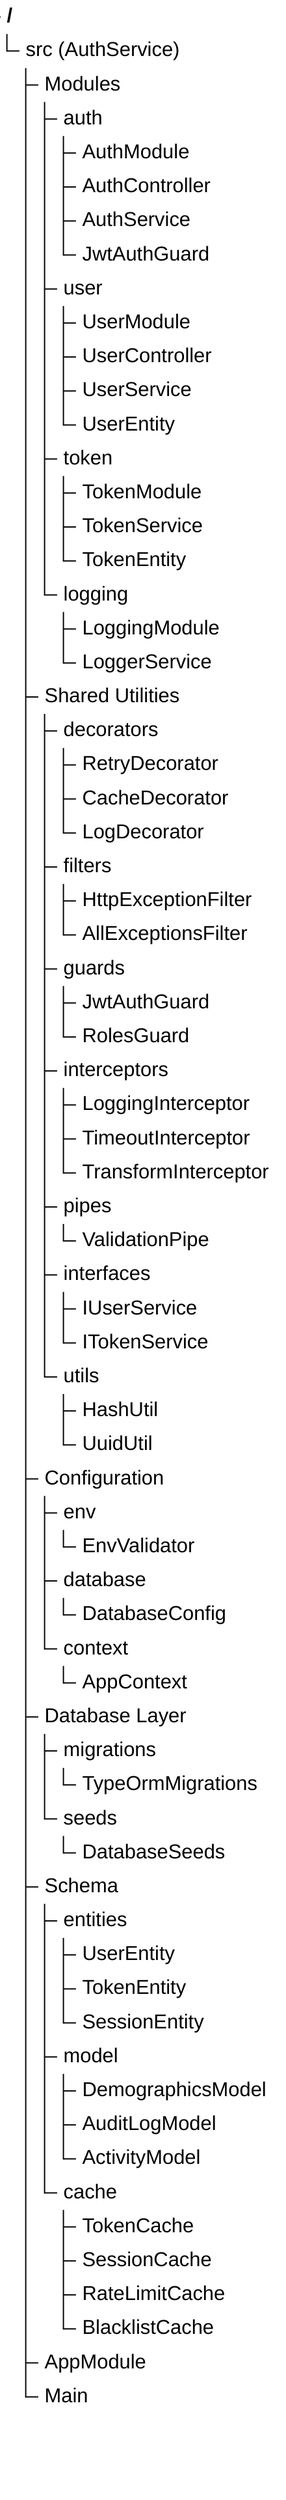
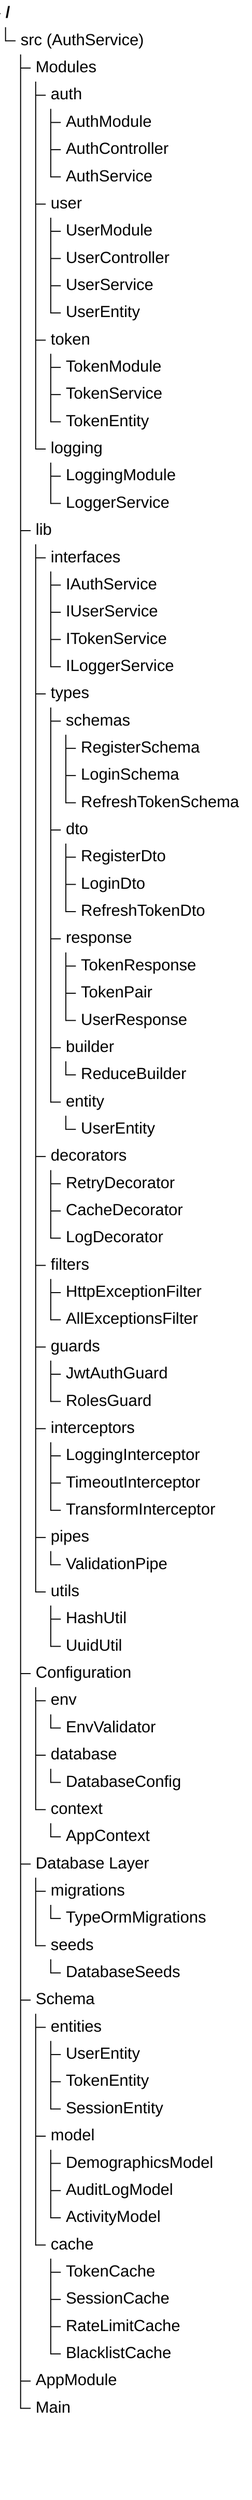
%% TreeView Diagram - Module Structure
%% Maps to: Section 11.4 Folder Structure, Section 11.5 Internal Library Management
- %% Shows hierarchical package organization
+ %% Shows hierarchical package organization with interfaces and types

treeView-beta
    src (AuthService)
        Modules
            auth
                AuthModule
                AuthController
                AuthService
-                 JwtAuthGuard
            user
                UserModule
                UserController
                UserService
                UserEntity
            token
                TokenModule
                TokenService
                TokenEntity
            logging
                LoggingModule
                LoggerService
-         Shared Utilities
+         lib
+             interfaces
+                 IAuthService
+                 IUserService
+                 ITokenService
+                 ILoggerService
+             types
+                 schemas
+                     RegisterSchema
+                     LoginSchema
+                     RefreshTokenSchema
+                 dto
+                     RegisterDto
+                     LoginDto
+                     RefreshTokenDto
+                 response
+                     TokenResponse
+                     TokenPair
+                     UserResponse
+                 builder
+                     ReduceBuilder
+                 entity
+                     UserEntity
            decorators
                RetryDecorator
                CacheDecorator
                LogDecorator
            filters
                HttpExceptionFilter
                AllExceptionsFilter
            guards
                JwtAuthGuard
                RolesGuard
            interceptors
                LoggingInterceptor
                TimeoutInterceptor
                TransformInterceptor
            pipes
                ValidationPipe
-             interfaces
-                 IUserService
-                 ITokenService
            utils
                HashUtil
                UuidUtil
        Configuration
            env
                EnvValidator
            database
                DatabaseConfig
            context
                AppContext
        Database Layer
            migrations
                TypeOrmMigrations
            seeds
                DatabaseSeeds
        Schema
            entities
                UserEntity
                TokenEntity
                SessionEntity
            model
                DemographicsModel
                AuditLogModel
                ActivityModel
            cache
                TokenCache
                SessionCache
                RateLimitCache
                BlacklistCache
        AppModule
        Main
